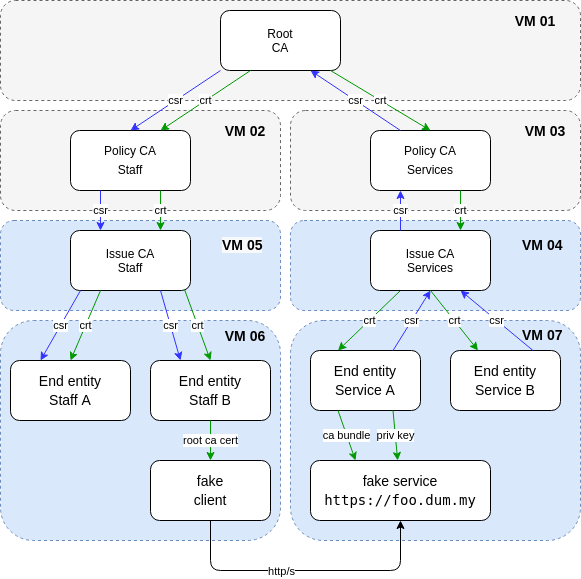
The draw.io diagram docs/pki-tree-prod.png in OlafRadicke/play_pki_ca_with_ansible, before a commit. Source tidied: cells renumbered, new cells last; positions are measured from the earlier drawing's top-left corner, leaving out a move shared by most shapes.
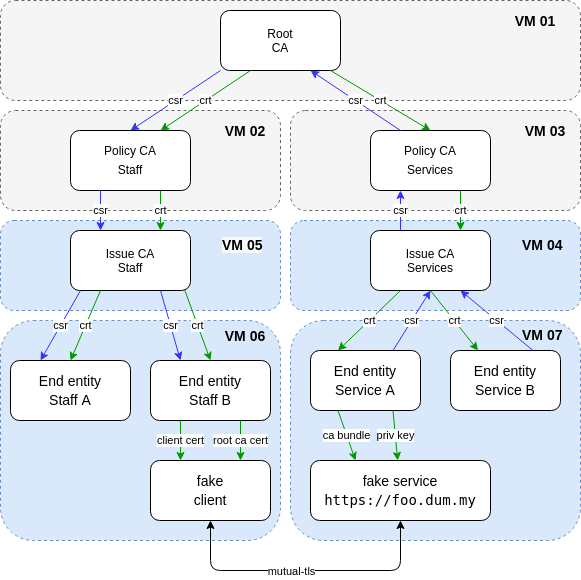
After the change.

Diff of the diagram source:
```diff
@@ -107,7 +107,7 @@
     <mxCell id="36" value="priv key" style="endArrow=classic;html=1;strokeColor=#009900;exitX=0.75;exitY=1;exitDx=0;exitDy=0;" parent="1" edge="1" source="14" target="33">
       <mxGeometry relative="1" as="geometry" />
     </mxCell>
-    <mxCell id="37" value="root ca cert" style="endArrow=classic;html=1;entryX=0.5;entryY=0;entryDx=0;entryDy=0;exitX=0.5;exitY=1;exitDx=0;exitDy=0;strokeColor=#009900;" parent="1" edge="1" source="13" target="34">
+    <mxCell id="37" value="root ca cert" style="endArrow=classic;html=1;entryX=0.75;entryY=0;entryDx=0;entryDy=0;exitX=0.75;exitY=1;exitDx=0;exitDy=0;strokeColor=#009900;" parent="1" edge="1" source="13" target="34">
       <mxGeometry relative="1" as="geometry" />
     </mxCell>
     <mxCell id="38" value="crt" style="endArrow=classic;html=1;entryX=0.75;entryY=0;entryDx=0;entryDy=0;strokeColor=#009900;exitX=0.25;exitY=1;exitDx=0;exitDy=0;" parent="1" edge="1" source="9" target="10">
@@ -138,17 +138,20 @@
     <mxCell id="45" value="csr" style="endArrow=classic;html=1;entryX=0.25;entryY=0;entryDx=0;entryDy=0;exitX=0.75;exitY=1;exitDx=0;exitDy=0;strokeColor=#3333FF;" parent="1" edge="1" source="18" target="13">
       <mxGeometry relative="1" as="geometry" />
     </mxCell>
-    <mxCell id="46" style="edgeStyle=elbowEdgeStyle;elbow=vertical;endArrow=classic;html=1;exitX=0.5;exitY=1;exitDx=0;exitDy=0;entryX=0.5;entryY=1;entryDx=0;entryDy=0;" parent="1" edge="1" source="34" target="33">
+    <mxCell id="46" style="edgeStyle=elbowEdgeStyle;elbow=vertical;endArrow=classic;html=1;exitX=0.5;exitY=1;exitDx=0;exitDy=0;entryX=0.5;entryY=1;entryDx=0;entryDy=0;startArrow=classic;startFill=1;" parent="1" edge="1" source="34" target="33">
       <mxGeometry relative="1" as="geometry">
         <Array as="points">
           <mxPoint x="305" y="570" />
         </Array>
       </mxGeometry>
     </mxCell>
-    <mxCell id="47" value="http/s" style="edgeLabel;html=1;align=center;verticalAlign=middle;" parent="46" vertex="1">
+    <mxCell id="47" value="mutual-tls" style="edgeLabel;html=1;align=center;verticalAlign=middle;" parent="46" vertex="1">
       <mxGeometry x="0.14" relative="1" as="geometry">
-        <mxPoint x="-45" as="offset" />
+        <mxPoint x="-35" as="offset" />
       </mxGeometry>
     </mxCell>
+    <mxCell id="48" value="client cert" style="endArrow=classic;html=1;exitX=0.25;exitY=1;exitDx=0;exitDy=0;strokeColor=#009900;entryX=0.25;entryY=0;entryDx=0;entryDy=0;" parent="1" edge="1" source="13" target="34">
+      <mxGeometry relative="1" as="geometry" />
+    </mxCell>
   </root>
 </mxGraphModel>
```
